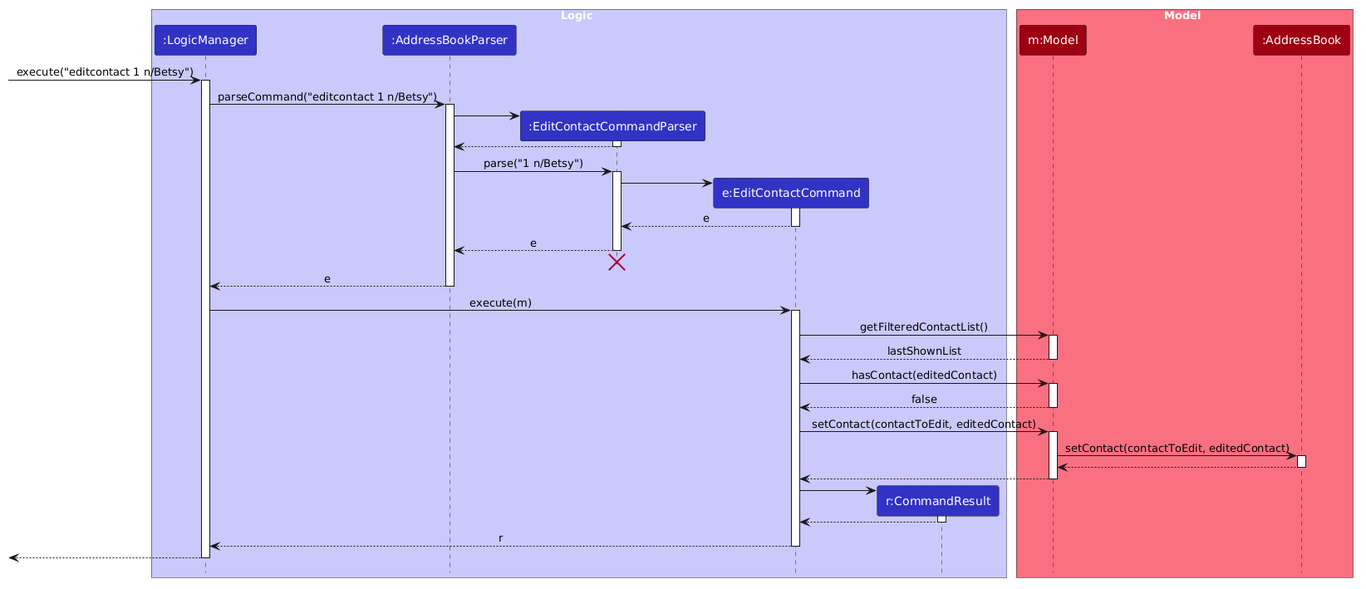
Before: docs/images/EditContactSequenceDiagram.png, a diagram exported from PlantUML (AY2627S1-CS2103T-T13-3/tp). The source it was exported from:
```plantuml
@startuml



!define UI_COLOR #1D8900
!define UI_COLOR_T1 #83E769
!define UI_COLOR_T2 #3FC71B
!define UI_COLOR_T3 #166800
!define UI_COLOR_T4 #0E4100

!define LOGIC_COLOR #3333C4
!define LOGIC_COLOR_T1 #C8C8FA
!define LOGIC_COLOR_T2 #6A6ADC
!define LOGIC_COLOR_T3 #1616B0
!define LOGIC_COLOR_T4 #101086

!define MODEL_COLOR #9D0012
!define MODEL_COLOR_T1 #F97181
!define MODEL_COLOR_T2 #E41F36
!define MODEL_COLOR_T3 #7B000E
!define MODEL_COLOR_T4 #51000A

!define STORAGE_COLOR #A38300
!define STORAGE_COLOR_T1 #FFE374
!define STORAGE_COLOR_T2 #EDC520
!define STORAGE_COLOR_T3 #806600
!define STORAGE_COLOR_T2 #544400

!define USER_COLOR #000000

skinparam Package {
    BackgroundColor #FFFFFF
    BorderThickness 1
    FontSize 16
}

skinparam Class {
    FontColor #FFFFFF
    FontSize 15
    BorderThickness 1
    BorderColor #FFFFFF
    StereotypeFontColor #FFFFFF
    FontName Arial
}

skinparam Actor {
    BorderColor USER_COLOR
    Color USER_COLOR
    FontName Arial
}

skinparam Sequence {
    MessageAlign center
    BoxFontSize 15
    BoxPadding 0
    BoxFontColor #FFFFFF
    FontName Arial
}

skinparam Participant {
    FontColor #FFFFFFF
    Padding 20
}

skinparam ArrowFontStyle bold
skinparam MinClassWidth 50
<style>
sequenceDiagram {
    participant {
        Padding 10
    }
}
</style>
skinparam Shadowing false
skinparam DefaultTextAlignment center
skinparam packageStyle Rectangle

hide footbox
hide members
hide circle

skinparam ArrowFontStyle plain

box Logic LOGIC_COLOR_T1
participant ":LogicManager" as LogicManager LOGIC_COLOR
participant ":AddressBookParser" as AddressBookParser LOGIC_COLOR
participant ":EditContactCommandParser" as EditContactCommandParser LOGIC_COLOR
participant "e:EditContactCommand" as EditContactCommand LOGIC_COLOR
participant "r:CommandResult" as CommandResult LOGIC_COLOR
end box

box Model MODEL_COLOR_T1
participant "m:Model" as Model MODEL_COLOR
participant ":AddressBook" as AddressBook MODEL_COLOR
end box

[-> LogicManager : execute("editcontact 1 n/Betsy")
activate LogicManager

LogicManager -> AddressBookParser : parseCommand("editcontact 1 n/Betsy")
activate AddressBookParser

create EditContactCommandParser
AddressBookParser -> EditContactCommandParser
activate EditContactCommandParser

EditContactCommandParser --> AddressBookParser
deactivate EditContactCommandParser

AddressBookParser -> EditContactCommandParser : parse("1 n/Betsy")
activate EditContactCommandParser

create EditContactCommand
EditContactCommandParser -> EditContactCommand
activate EditContactCommand

EditContactCommand --> EditContactCommandParser : e
deactivate EditContactCommand

EditContactCommandParser --> AddressBookParser : e
deactivate EditContactCommandParser
EditContactCommandParser -[hidden]-> AddressBookParser
destroy EditContactCommandParser

AddressBookParser --> LogicManager : e
deactivate AddressBookParser

LogicManager -> EditContactCommand : execute(m)
activate EditContactCommand

EditContactCommand -> Model : getFilteredContactList()
activate Model

Model --> EditContactCommand : lastShownList
deactivate Model

EditContactCommand -> Model : hasContact(editedContact)
activate Model

Model --> EditContactCommand : false
deactivate Model

EditContactCommand -> Model : setContact(contactToEdit, editedContact)
activate Model

Model -> AddressBook : setContact(contactToEdit, editedContact)
activate AddressBook

AddressBook --> Model
deactivate AddressBook

Model --> EditContactCommand
deactivate Model

create CommandResult
EditContactCommand -> CommandResult
activate CommandResult

CommandResult --> EditContactCommand
deactivate CommandResult

EditContactCommand --> LogicManager : r
deactivate EditContactCommand

[<--LogicManager
deactivate LogicManager
@enduml
```
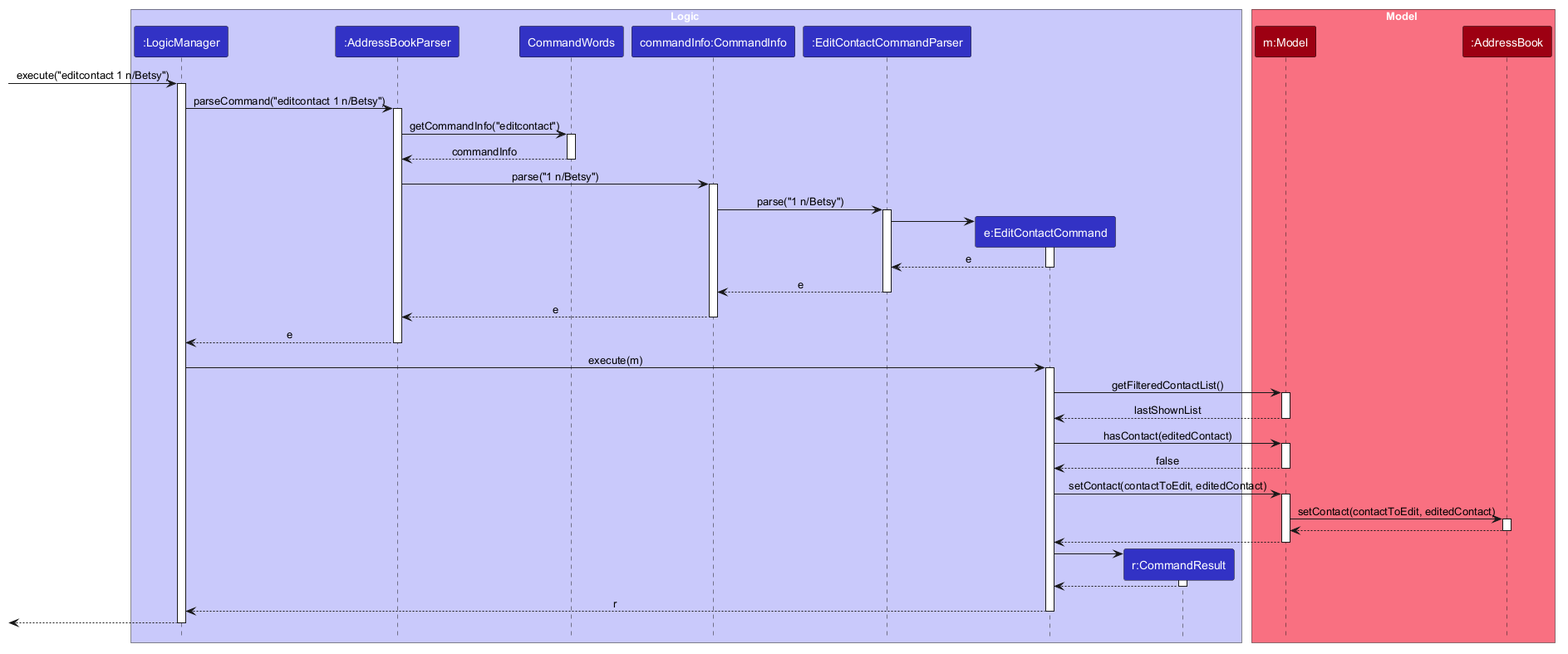
The same diagram one commit later.

What changed in the source:
```diff
@@ -1,89 +1,12 @@
 @startuml
-
-
-
-!define UI_COLOR #1D8900
-!define UI_COLOR_T1 #83E769
-!define UI_COLOR_T2 #3FC71B
-!define UI_COLOR_T3 #166800
-!define UI_COLOR_T4 #0E4100
-
-!define LOGIC_COLOR #3333C4
-!define LOGIC_COLOR_T1 #C8C8FA
-!define LOGIC_COLOR_T2 #6A6ADC
-!define LOGIC_COLOR_T3 #1616B0
-!define LOGIC_COLOR_T4 #101086
-
-!define MODEL_COLOR #9D0012
-!define MODEL_COLOR_T1 #F97181
-!define MODEL_COLOR_T2 #E41F36
-!define MODEL_COLOR_T3 #7B000E
-!define MODEL_COLOR_T4 #51000A
-
-!define STORAGE_COLOR #A38300
-!define STORAGE_COLOR_T1 #FFE374
-!define STORAGE_COLOR_T2 #EDC520
-!define STORAGE_COLOR_T3 #806600
-!define STORAGE_COLOR_T2 #544400
-
-!define USER_COLOR #000000
-
-skinparam Package {
-    BackgroundColor #FFFFFF
-    BorderThickness 1
-    FontSize 16
-}
-
-skinparam Class {
-    FontColor #FFFFFF
-    FontSize 15
-    BorderThickness 1
-    BorderColor #FFFFFF
-    StereotypeFontColor #FFFFFF
-    FontName Arial
-}
-
-skinparam Actor {
-    BorderColor USER_COLOR
-    Color USER_COLOR
-    FontName Arial
-}
-
-skinparam Sequence {
-    MessageAlign center
-    BoxFontSize 15
-    BoxPadding 0
-    BoxFontColor #FFFFFF
-    FontName Arial
-}
-
-skinparam Participant {
-    FontColor #FFFFFFF
-    Padding 20
-}
-
-skinparam ArrowFontStyle bold
-skinparam MinClassWidth 50
-<style>
-sequenceDiagram {
-    participant {
-        Padding 10
-    }
-}
-</style>
-skinparam Shadowing false
-skinparam DefaultTextAlignment center
-skinparam packageStyle Rectangle
-
-hide footbox
-hide members
-hide circle
-
+!include style.puml
 skinparam ArrowFontStyle plain
 
 box Logic LOGIC_COLOR_T1
 participant ":LogicManager" as LogicManager LOGIC_COLOR
 participant ":AddressBookParser" as AddressBookParser LOGIC_COLOR
+participant "CommandWords" as CommandWords LOGIC_COLOR
+participant "commandInfo:CommandInfo" as CommandInfo LOGIC_COLOR
 participant ":EditContactCommandParser" as EditContactCommandParser LOGIC_COLOR
 participant "e:EditContactCommand" as EditContactCommand LOGIC_COLOR
 participant "r:CommandResult" as CommandResult LOGIC_COLOR
@@ -100,14 +23,16 @@
 LogicManager -> AddressBookParser : parseCommand("editcontact 1 n/Betsy")
 activate AddressBookParser
 
-create EditContactCommandParser
-AddressBookParser -> EditContactCommandParser
-activate EditContactCommandParser
+AddressBookParser -> CommandWords : getCommandInfo("editcontact")
+activate CommandWords
 
-EditContactCommandParser --> AddressBookParser
-deactivate EditContactCommandParser
+CommandWords --> AddressBookParser : commandInfo
+deactivate CommandWords
 
-AddressBookParser -> EditContactCommandParser : parse("1 n/Betsy")
+AddressBookParser -> CommandInfo : parse("1 n/Betsy")
+activate CommandInfo
+
+CommandInfo -> EditContactCommandParser : parse("1 n/Betsy")
 activate EditContactCommandParser
 
 create EditContactCommand
@@ -117,10 +42,11 @@
 EditContactCommand --> EditContactCommandParser : e
 deactivate EditContactCommand
 
-EditContactCommandParser --> AddressBookParser : e
+EditContactCommandParser --> CommandInfo : e
 deactivate EditContactCommandParser
-EditContactCommandParser -[hidden]-> AddressBookParser
-destroy EditContactCommandParser
+
+CommandInfo --> AddressBookParser : e
+deactivate CommandInfo
 
 AddressBookParser --> LogicManager : e
 deactivate AddressBookParser
```
